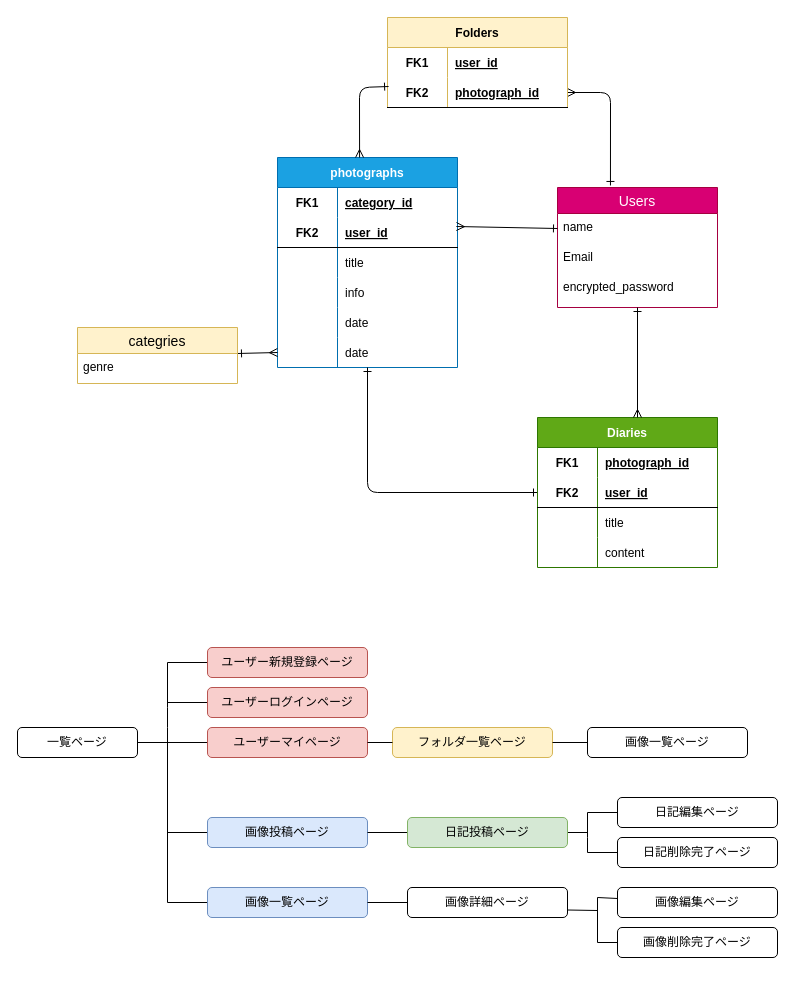
Before: ER.dio in Ka0lee/photo_book, a draw.io diagram. Source tidied: cells renumbered, new cells numbered last; positions are measured from the earlier drawing's top-left corner, leaving out a move shared by most shapes. Both pictures are drawn from the tidied source at 100%, with x=0, y=0 at pixel (17, 17).
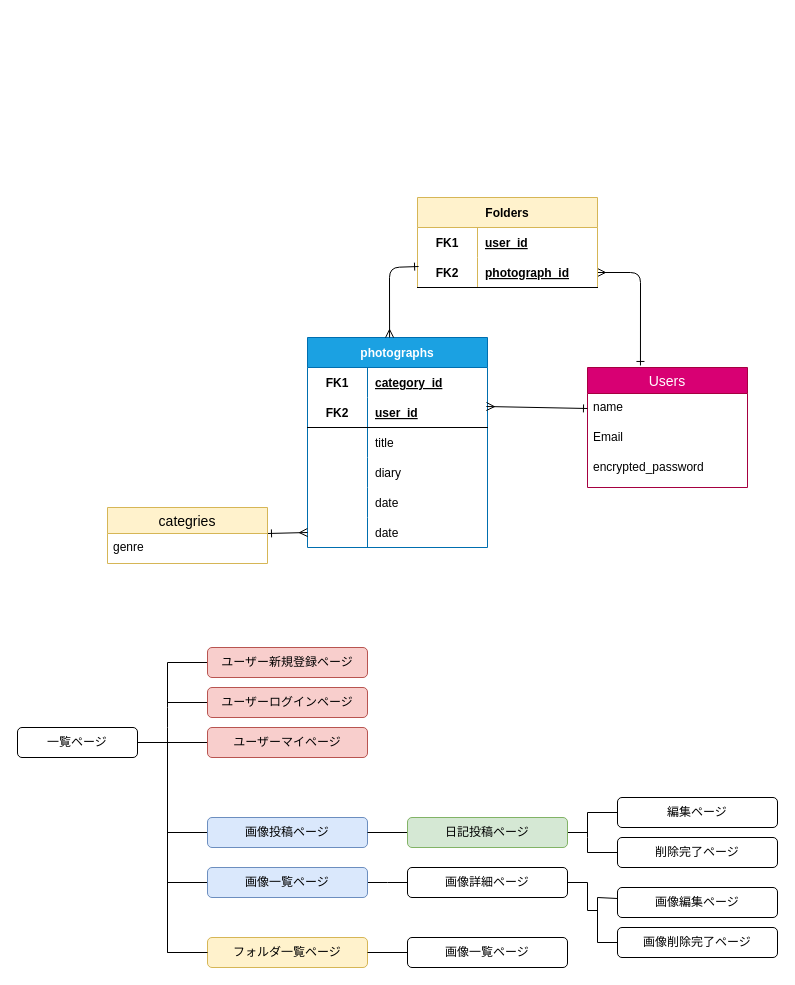
The same page after the edit.

The change refers to these unchanged cells:
```xml
<mxCell id="5" value="encrypted_password" style="text;strokeColor=none;fillColor=none;spacingLeft=4;spacingRight=4;overflow=hidden;points=[[0,0.5],[1,0.5]];portConstraint=eastwest;fontSize=12;" parent="2" vertex="1">
  <mxGeometry y="86" width="160" height="34" as="geometry" />
</mxCell>
<mxCell id="16" style="shape=tableRow;horizontal=0;startSize=0;swimlaneHead=0;swimlaneBody=0;fillColor=none;top=0;left=0;right=0;bottom=0;" parent="6" vertex="1">
  <mxGeometry y="120" width="180" height="30" as="geometry" />
</mxCell>
<mxCell id="22" style="shape=tableRow;horizontal=0;startSize=0;swimlaneHead=0;swimlaneBody=0;fillColor=none;points=[[0,0.5],[1,0.5]];portConstraint=eastwest;top=0;left=0;right=0;bottom=0;" parent="6" vertex="1">
  <mxGeometry y="180" width="180" height="30" as="geometry" />
</mxCell>
<mxCell id="49" style="shape=tableRow;horizontal=0;startSize=0;swimlaneHead=0;swimlaneBody=0;fillColor=none;points=[[0,0.5],[1,0.5]];portConstraint=eastwest;top=0;left=0;right=0;bottom=1;" parent="45" vertex="1">
  <mxGeometry y="60" width="180" height="30" as="geometry" />
</mxCell>
<mxCell id="64" value="ユーザーマイページ" style="rounded=1;whiteSpace=wrap;html=1;fillColor=#f8cecc;strokeColor=#b85450;" parent="1" vertex="1">
  <mxGeometry x="190" y="710" width="160" height="30" as="geometry" />
</mxCell>
```

Diff of the diagram source:
```diff
@@
     <mxCell id="2" value="Users" style="swimlane;fontStyle=0;horizontal=1;startSize=26;align=center;fontSize=14;fillColor=#d80073;fontColor=#ffffff;strokeColor=#A50040;" parent="1" vertex="1">
-      <mxGeometry x="540" y="170" width="160" height="120" as="geometry" />
+      <mxGeometry x="570" y="350" width="160" height="120" as="geometry" />
     </mxCell>
@@
     <mxCell id="6" value="photographs" style="shape=table;startSize=30;childLayout=tableLayout;rowLines=0;fontStyle=1;align=center;fillColor=#1ba1e2;fontColor=#ffffff;strokeColor=#006EAF;" parent="1" vertex="1">
-      <mxGeometry x="260" y="140" width="180" height="210" as="geometry" />
+      <mxGeometry x="290" y="320" width="180" height="210" as="geometry" />
     </mxCell>
@@
-    <mxCell id="18" value="info" style="shape=partialRectangle;fillColor=none;top=0;left=0;bottom=0;right=0;align=left;spacingLeft=6;overflow=hidden;" parent="16" vertex="1">
+    <mxCell id="18" value="diary" style="shape=partialRectangle;fillColor=none;top=0;left=0;bottom=0;right=0;align=left;spacingLeft=6;overflow=hidden;" parent="16" vertex="1">
       <mxGeometry x="60" width="120" height="30" as="geometry" />
     </mxCell>
@@
-    <mxCell id="25" style="edgeStyle=none;html=1;startArrow=ERone;startFill=0;endArrow=ERone;endFill=0;" parent="1" edge="1" source="26" target="22">
-      <mxGeometry relative="1" as="geometry">
-        <Array as="points">
-          <mxPoint x="350" y="475" />
-        </Array>
-      </mxGeometry>
-    </mxCell>
-    <mxCell id="26" value="Diaries" style="shape=table;startSize=30;childLayout=tableLayout;rowLines=0;fontStyle=1;align=center;fillColor=#60a917;fontColor=#ffffff;strokeColor=#2D7600;" parent="1" vertex="1">
-      <mxGeometry x="520" y="400" width="180" height="150" as="geometry" />
-    </mxCell>
-    <mxCell id="27" style="shape=tableRow;horizontal=0;startSize=0;swimlaneHead=0;swimlaneBody=0;fillColor=none;top=0;left=0;right=0;bottom=0;" parent="26" vertex="1">
-      <mxGeometry y="30" width="180" height="30" as="geometry" />
-    </mxCell>
-    <mxCell id="28" value="FK1" style="shape=partialRectangle;fillColor=none;top=0;left=0;bottom=0;right=0;fontStyle=1;overflow=hidden;" parent="27" vertex="1">
-      <mxGeometry width="60" height="30" as="geometry" />
-    </mxCell>
-    <mxCell id="29" value="photograph_id" style="shape=partialRectangle;fillColor=none;top=0;left=0;bottom=0;right=0;align=left;spacingLeft=6;fontStyle=5;overflow=hidden;" parent="27" vertex="1">
-      <mxGeometry x="60" width="120" height="30" as="geometry" />
-    </mxCell>
-    <mxCell id="30" style="shape=tableRow;horizontal=0;startSize=0;swimlaneHead=0;swimlaneBody=0;fillColor=none;top=0;left=0;right=0;bottom=1;" parent="26" vertex="1">
-      <mxGeometry y="60" width="180" height="30" as="geometry" />
-    </mxCell>
-    <mxCell id="31" value="FK2" style="shape=partialRectangle;fillColor=none;top=0;left=0;bottom=0;right=0;fontStyle=1;overflow=hidden;" parent="30" vertex="1">
-      <mxGeometry width="60" height="30" as="geometry" />
-    </mxCell>
-    <mxCell id="32" value="user_id" style="shape=partialRectangle;fillColor=none;top=0;left=0;bottom=0;right=0;align=left;spacingLeft=6;fontStyle=5;overflow=hidden;" parent="30" vertex="1">
-      <mxGeometry x="60" width="120" height="30" as="geometry" />
-    </mxCell>
-    <mxCell id="33" style="shape=tableRow;horizontal=0;startSize=0;swimlaneHead=0;swimlaneBody=0;fillColor=none;top=0;left=0;right=0;bottom=0;" parent="26" vertex="1">
-      <mxGeometry y="90" width="180" height="30" as="geometry" />
-    </mxCell>
-    <mxCell id="34" style="shape=partialRectangle;fillColor=none;top=0;left=0;bottom=0;right=0;overflow=hidden;" parent="33" vertex="1">
-      <mxGeometry width="60" height="30" as="geometry" />
-    </mxCell>
-    <mxCell id="35" value="title" style="shape=partialRectangle;fillColor=none;top=0;left=0;bottom=0;right=0;align=left;spacingLeft=6;overflow=hidden;" parent="33" vertex="1">
-      <mxGeometry x="60" width="120" height="30" as="geometry" />
-    </mxCell>
-    <mxCell id="36" style="shape=tableRow;horizontal=0;startSize=0;swimlaneHead=0;swimlaneBody=0;fillColor=none;top=0;left=0;right=0;bottom=0;" parent="26" vertex="1">
-      <mxGeometry y="120" width="180" height="30" as="geometry" />
-    </mxCell>
-    <mxCell id="37" style="shape=partialRectangle;fillColor=none;top=0;left=0;bottom=0;right=0;overflow=hidden;" parent="36" vertex="1">
-      <mxGeometry width="60" height="30" as="geometry" />
-    </mxCell>
-    <mxCell id="38" value="content" style="shape=partialRectangle;fillColor=none;top=0;left=0;bottom=0;right=0;align=left;spacingLeft=6;overflow=hidden;" parent="36" vertex="1">
-      <mxGeometry x="60" width="120" height="30" as="geometry" />
-    </mxCell>
@@
     <mxCell id="41" value="categries" style="swimlane;fontStyle=0;horizontal=1;startSize=26;align=center;fontSize=14;fillColor=#fff2cc;strokeColor=#d6b656;" parent="1" vertex="1">
-      <mxGeometry x="60" y="310" width="160" height="56" as="geometry" />
+      <mxGeometry x="90" y="490" width="160" height="56" as="geometry" />
     </mxCell>
@@
-    <mxCell id="43" style="edgeStyle=none;html=1;startArrow=ERone;startFill=0;endArrow=ERmany;endFill=0;" parent="1" edge="1" source="5">
-      <mxGeometry relative="1" as="geometry">
-        <mxPoint x="620" y="400" as="targetPoint" />
-      </mxGeometry>
-    </mxCell>
     <mxCell id="44" style="edgeStyle=none;sketch=0;html=1;startArrow=ERmany;startFill=0;endArrow=ERone;endFill=0;exitX=1;exitY=0.5;exitDx=0;exitDy=0;entryX=0.331;entryY=-0.017;entryDx=0;entryDy=0;entryPerimeter=0;" parent="1" edge="1" source="49" target="2">
       <mxGeometry relative="1" as="geometry">
         <Array as="points">
-          <mxPoint x="593" y="75" />
+          <mxPoint x="623" y="255" />
         </Array>
       </mxGeometry>
     </mxCell>
     <mxCell id="45" value="Folders" style="shape=table;startSize=30;childLayout=tableLayout;rowLines=0;fontStyle=1;align=center;fillColor=#fff2cc;strokeColor=#d6b656;" parent="1" vertex="1">
-      <mxGeometry x="370" width="180" height="90" as="geometry" />
+      <mxGeometry x="400" y="180" width="180" height="90" as="geometry" />
     </mxCell>
@@
     <mxCell id="52" style="edgeStyle=none;sketch=0;html=1;entryX=0.456;entryY=0;entryDx=0;entryDy=0;startArrow=ERone;startFill=0;endArrow=ERmany;endFill=0;exitX=0.006;exitY=0.3;exitDx=0;exitDy=0;exitPerimeter=0;entryPerimeter=0;" parent="1" edge="1" source="49" target="6">
       <mxGeometry relative="1" as="geometry">
         <Array as="points">
-          <mxPoint x="342" y="70" />
+          <mxPoint x="372" y="250" />
         </Array>
       </mxGeometry>
     </mxCell>
@@
     <mxCell id="59" style="edgeStyle=none;rounded=0;sketch=0;html=1;startArrow=none;startFill=0;endArrow=none;endFill=0;" parent="1" edge="1" source="60">
       <mxGeometry relative="1" as="geometry">
         <mxPoint x="150" y="810" as="targetPoint" />
         <Array as="points">
-          <mxPoint x="150" y="885" />
+          <mxPoint x="150" y="865" />
         </Array>
       </mxGeometry>
     </mxCell>
-    <mxCell id="60" value="画像一覧ページ" style="rounded=1;whiteSpace=wrap;html=1;fillColor=#dae8fc;strokeColor=#6c8ebf;" parent="1" vertex="1">
-      <mxGeometry x="190" y="870" width="160" height="30" as="geometry" />
-    </mxCell>
@@
     <mxCell id="65" value="フォルダ一覧ページ" style="rounded=1;whiteSpace=wrap;html=1;fillColor=#fff2cc;strokeColor=#d6b656;" parent="1" vertex="1">
-      <mxGeometry x="375" y="710" width="160" height="30" as="geometry" />
+      <mxGeometry x="190" y="920" width="160" height="30" as="geometry" />
     </mxCell>
@@
-    <mxCell id="70" style="edgeStyle=none;rounded=0;sketch=0;html=1;startArrow=none;startFill=0;endArrow=none;endFill=0;" parent="1" edge="1" source="72">
+    <mxCell id="70" style="edgeStyle=none;rounded=0;sketch=0;html=1;startArrow=none;startFill=0;endArrow=none;endFill=0;entryX=1;entryY=0.5;entryDx=0;entryDy=0;" parent="1" edge="1" source="72" target="60">
       <mxGeometry relative="1" as="geometry">
-        <mxPoint x="350" y="885" as="targetPoint" />
+        <Array as="points">
+          <mxPoint x="370" y="865" />
+        </Array>
       </mxGeometry>
     </mxCell>
-    <mxCell id="71" style="edgeStyle=none;rounded=0;sketch=0;html=1;startArrow=none;startFill=0;endArrow=none;endFill=0;exitX=1;exitY=0.75;exitDx=0;exitDy=0;" parent="1" edge="1" source="72">
+    <mxCell id="71" style="edgeStyle=none;rounded=0;sketch=0;html=1;startArrow=none;startFill=0;endArrow=none;endFill=0;exitX=1;exitY=0.5;exitDx=0;exitDy=0;" parent="1" edge="1" source="72">
       <mxGeometry relative="1" as="geometry">
         <mxPoint x="580" y="893" as="targetPoint" />
+        <Array as="points">
+          <mxPoint x="570" y="865" />
+          <mxPoint x="570" y="893" />
+        </Array>
       </mxGeometry>
     </mxCell>
     <mxCell id="72" value="画像詳細ページ" style="rounded=1;whiteSpace=wrap;html=1;" parent="1" vertex="1">
-      <mxGeometry x="390" y="870" width="160" height="30" as="geometry" />
+      <mxGeometry x="390" y="850" width="160" height="30" as="geometry" />
     </mxCell>
-    <mxCell id="73" style="endArrow=none;html=1;rounded=0;sketch=0;exitX=1;exitY=0.5;exitDx=0;exitDy=0;entryX=0;entryY=0.5;entryDx=0;entryDy=0;" parent="1" edge="1" source="64" target="65">
-      <mxGeometry relative="1" as="geometry" />
+    <mxCell id="73" style="endArrow=none;html=1;rounded=0;sketch=0;entryX=0;entryY=0.5;entryDx=0;entryDy=0;startArrow=none;" parent="1" edge="1" target="65">
+      <mxGeometry relative="1" as="geometry">
+        <mxPoint x="150" y="935" as="sourcePoint" />
+        <Array as="points">
+          <mxPoint x="150" y="860" />
+          <mxPoint x="150" y="935" />
+        </Array>
+      </mxGeometry>
     </mxCell>
@@
     <mxCell id="75" value="画像一覧ページ" style="rounded=1;whiteSpace=wrap;html=1;" parent="1" vertex="1">
-      <mxGeometry x="570" y="710" width="160" height="30" as="geometry" />
+      <mxGeometry x="390" y="920" width="160" height="30" as="geometry" />
     </mxCell>
@@
-    <mxCell id="80" value="日記編集ページ" style="rounded=1;whiteSpace=wrap;html=1;" parent="1" vertex="1">
+    <mxCell id="80" value="編集ページ" style="rounded=1;whiteSpace=wrap;html=1;" parent="1" vertex="1">
       <mxGeometry x="600" y="780" width="160" height="30" as="geometry" />
     </mxCell>
@@
-    <mxCell id="82" value="日記削除完了ページ" style="rounded=1;whiteSpace=wrap;html=1;" parent="1" vertex="1">
+    <mxCell id="82" value="削除完了ページ" style="rounded=1;whiteSpace=wrap;html=1;" parent="1" vertex="1">
       <mxGeometry x="600" y="820" width="160" height="30" as="geometry" />
     </mxCell>
+    <mxCell id="60" value="画像一覧ページ" style="rounded=1;whiteSpace=wrap;html=1;fillColor=#dae8fc;strokeColor=#6c8ebf;" parent="1" vertex="1">
+      <mxGeometry x="190" y="850" width="160" height="30" as="geometry" />
+    </mxCell>
```
